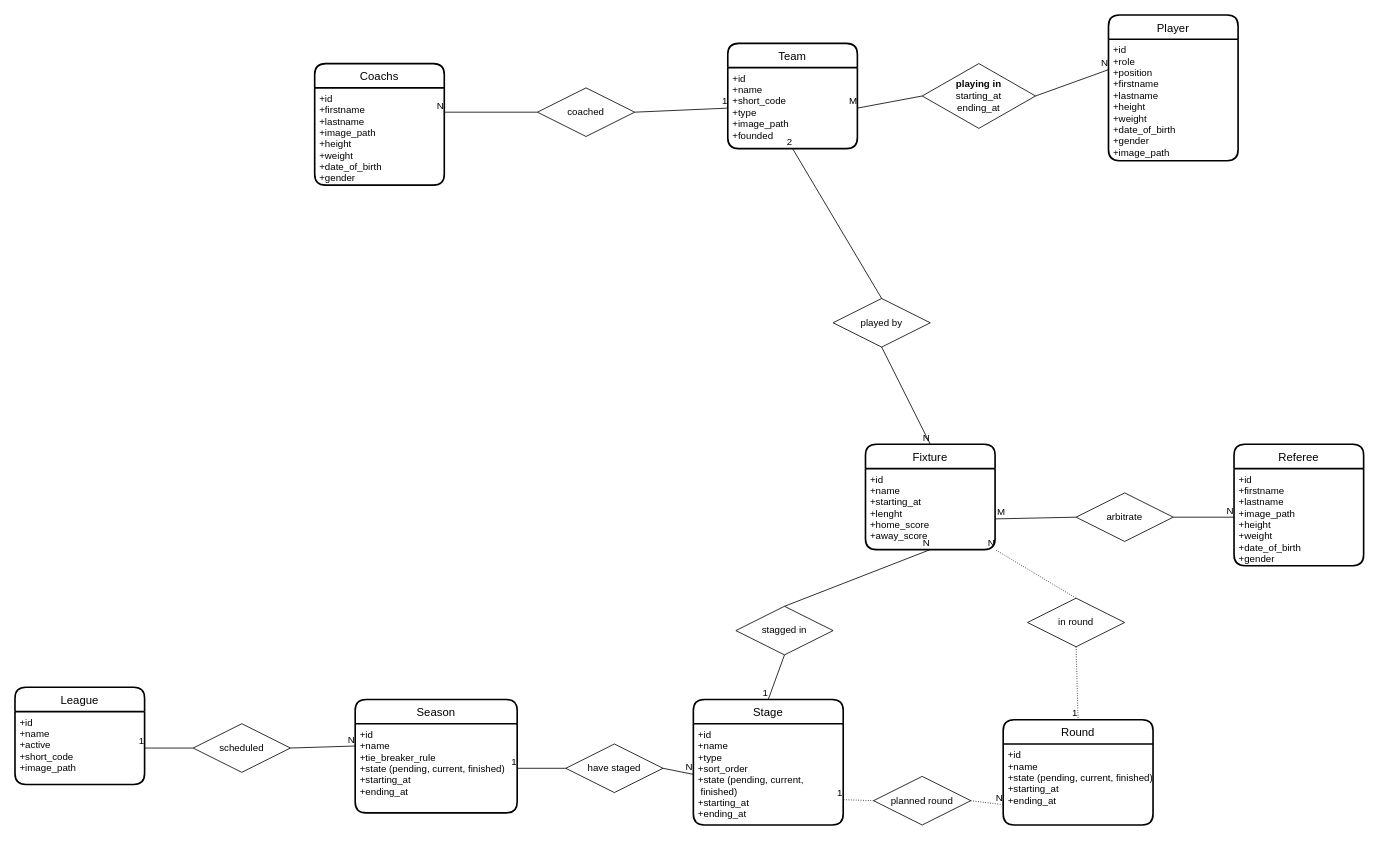
The draw.io diagram database-schema.drawio in Mattherix/moirasport, before the edit. Source tidied: cells renumbered, new cells numbered last; positions are measured from the earlier drawing's top-left corner, leaving out a move shared by most shapes. Both pictures are drawn from the tidied source at 81%, with x=0, y=0 at pixel (15, 15).
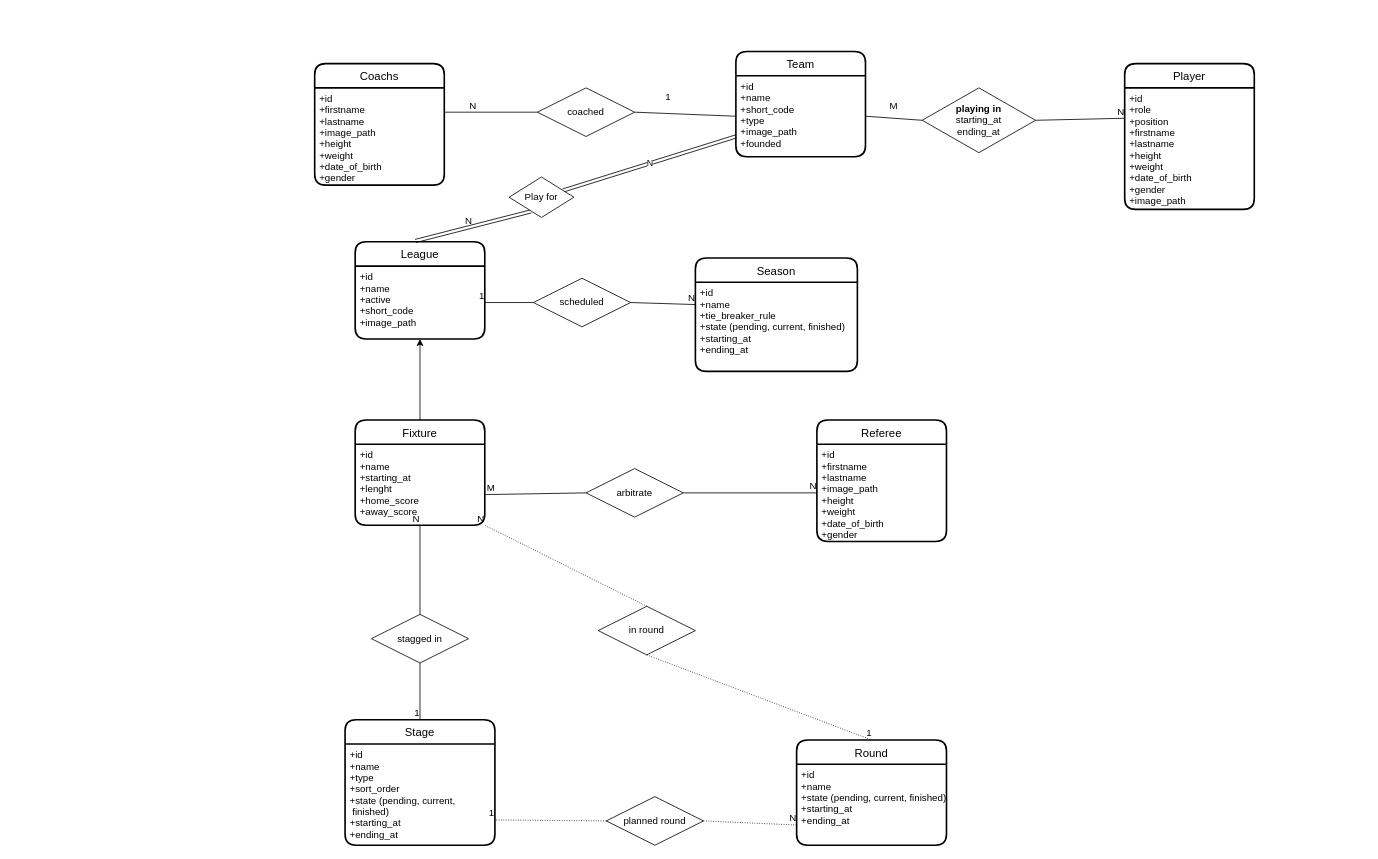
The same diagram, later.

Commit message:
Modifie the view

The change refers to these unchanged cells:
```xml
<mxCell id="5" value="+id&#10;+name&#10;+active&#10;+short_code&#10;+image_path" style="align=left;strokeColor=none;fillColor=none;spacingLeft=4;fontSize=12;verticalAlign=top;" parent="4" vertex="1">
  <mxGeometry y="30" width="160" height="90" as="geometry" />
</mxCell>
<mxCell id="7" value="+id&#10;+name&#10;+tie_breaker_rule&#10;+state (pending, current, finished)&#10;+starting_at&#10;+ending_at" style="align=left;strokeColor=none;fillColor=none;spacingLeft=4;fontSize=12;verticalAlign=top;" parent="6" vertex="1">
  <mxGeometry y="30" width="200" height="110" as="geometry" />
</mxCell>
<mxCell id="9" value="+id&#10;+name&#10;+type&#10;+sort_order&#10;+state (pending, current,&#10; finished)&#10;+starting_at&#10;+ending_at&#10;" style="align=left;strokeColor=none;fillColor=none;spacingLeft=4;fontSize=12;verticalAlign=top;" parent="8" vertex="1">
  <mxGeometry y="30" width="185" height="125" as="geometry" />
</mxCell>
<mxCell id="38" value="+id&#10;+name&#10;+short_code&#10;+type&#10;+image_path&#10;+founded" style="align=left;strokeColor=none;fillColor=none;spacingLeft=4;fontSize=12;verticalAlign=top;" parent="37" vertex="1">
  <mxGeometry y="30" width="160" height="100" as="geometry" />
</mxCell>
<mxCell id="48" style="endArrow=none;html=1;rounded=0;entryX=0;entryY=0.5;entryDx=0;entryDy=0;exitX=1;exitY=0.5;exitDx=0;exitDy=0;" parent="1" edge="1" source="46" target="38">
  <mxGeometry relative="1" as="geometry" />
</mxCell>
<mxCell id="50" style="endArrow=none;html=1;rounded=0;entryX=1;entryY=0.25;entryDx=0;entryDy=0;exitX=0;exitY=0.5;exitDx=0;exitDy=0;" parent="1" edge="1" source="46" target="42">
  <mxGeometry relative="1" as="geometry" />
</mxCell>
<mxCell id="54" style="endArrow=none;html=1;rounded=0;exitX=0;exitY=0.5;exitDx=0;exitDy=0;entryX=1;entryY=0.5;entryDx=0;entryDy=0;" parent="1" edge="1" source="45" target="38">
  <mxGeometry relative="1" as="geometry" />
</mxCell>
```

Diff of the diagram source:
```diff
@@
+    <mxCell id="65" style="edgeStyle=none;html=1;entryX=0.5;entryY=1;entryDx=0;entryDy=0;" parent="1" edge="1" source="2" target="5">
+      <mxGeometry relative="1" as="geometry" />
+    </mxCell>
     <mxCell id="2" value="Fixture" style="swimlane;horizontal=1;startSize=30;rounded=1;fontSize=14;fontStyle=0;strokeWidth=2;shadow=0;dashed=0;align=center;" parent="1" vertex="1">
-      <mxGeometry x="1050" y="530" width="160" height="130" as="geometry" />
+      <mxGeometry x="420" y="500" width="160" height="130" as="geometry" />
     </mxCell>
@@
     <mxCell id="4" value="League" style="swimlane;horizontal=1;startSize=30;rounded=1;fontSize=14;fontStyle=0;strokeWidth=2;shadow=0;dashed=0;align=center;" parent="1" vertex="1">
-      <mxGeometry y="830" width="160" height="120" as="geometry" />
+      <mxGeometry x="420" y="280" width="160" height="120" as="geometry" />
     </mxCell>
@@
+    <mxCell id="66" style="edgeStyle=none;html=1;entryX=0.337;entryY=0.85;entryDx=0;entryDy=0;entryPerimeter=0;shape=link;exitX=0.465;exitY=-0.008;exitDx=0;exitDy=0;exitPerimeter=0;" parent="1" edge="1" source="4" target="68">
+      <mxGeometry relative="1" as="geometry" />
+    </mxCell>
     <mxCell id="6" value="Season" style="swimlane;horizontal=1;startSize=30;rounded=1;fontSize=14;fontStyle=0;strokeWidth=2;shadow=0;dashed=0;align=center;" parent="1" vertex="1">
-      <mxGeometry x="420" y="845" width="200" height="140" as="geometry" />
+      <mxGeometry x="840" y="300" width="200" height="140" as="geometry" />
     </mxCell>
@@
     <mxCell id="8" value="Stage" style="swimlane;horizontal=1;startSize=30;rounded=1;fontSize=14;fontStyle=0;strokeWidth=2;shadow=0;dashed=0;align=center;" parent="1" vertex="1">
-      <mxGeometry x="837.5" y="845" width="185" height="155" as="geometry" />
+      <mxGeometry x="407.5" y="870" width="185" height="155" as="geometry" />
     </mxCell>
@@
     <mxCell id="10" value="stagged in" style="shape=rhombus;perimeter=rhombusPerimeter;whiteSpace=wrap;html=1;align=center;" parent="1" vertex="1">
-      <mxGeometry x="890" y="730" width="120" height="60" as="geometry" />
+      <mxGeometry x="440" y="740" width="120" height="60" as="geometry" />
     </mxCell>
@@
     <mxCell id="15" value="scheduled" style="shape=rhombus;perimeter=rhombusPerimeter;whiteSpace=wrap;html=1;align=center;" parent="1" vertex="1">
-      <mxGeometry x="220" y="875" width="120" height="60" as="geometry" />
+      <mxGeometry x="640" y="325" width="120" height="60" as="geometry" />
     </mxCell>
@@
-    <mxCell id="20" value="have staged" style="shape=rhombus;perimeter=rhombusPerimeter;whiteSpace=wrap;html=1;align=center;" parent="1" vertex="1">
-      <mxGeometry x="680" y="900" width="120" height="60" as="geometry" />
-    </mxCell>
-    <mxCell id="21" style="endArrow=none;html=1;rounded=0;entryX=1;entryY=0.5;entryDx=0;entryDy=0;exitX=0;exitY=0.5;exitDx=0;exitDy=0;" parent="1" edge="1" source="20" target="7">
-      <mxGeometry relative="1" as="geometry" />
-    </mxCell>
-    <mxCell id="22" value="1" style="html=1;align=right;verticalAlign=bottom;" parent="21" vertex="1">
-      <mxGeometry x="1" relative="1" as="geometry" />
-    </mxCell>
-    <mxCell id="23" style="endArrow=none;html=1;rounded=0;exitX=1;exitY=0.5;exitDx=0;exitDy=0;entryX=0;entryY=0.5;entryDx=0;entryDy=0;" parent="1" edge="1" source="20" target="9">
-      <mxGeometry relative="1" as="geometry" />
-    </mxCell>
-    <mxCell id="24" value="N" style="html=1;align=right;verticalAlign=bottom;" parent="23" vertex="1">
-      <mxGeometry x="1" relative="1" as="geometry" />
-    </mxCell>
     <mxCell id="25" value="Round" style="swimlane;horizontal=1;startSize=30;rounded=1;fontSize=14;fontStyle=0;strokeWidth=2;shadow=0;dashed=0;align=center;" parent="1" vertex="1">
-      <mxGeometry x="1220" y="870" width="185" height="130" as="geometry" />
+      <mxGeometry x="965" y="895" width="185" height="130" as="geometry" />
     </mxCell>
@@
     <mxCell id="29" value="in round" style="shape=rhombus;perimeter=rhombusPerimeter;whiteSpace=wrap;html=1;align=center;" parent="1" vertex="1">
-      <mxGeometry x="1250" y="720" width="120" height="60" as="geometry" />
+      <mxGeometry x="720" y="730" width="120" height="60" as="geometry" />
     </mxCell>
@@
     <mxCell id="32" value="planned round" style="shape=rhombus;perimeter=rhombusPerimeter;whiteSpace=wrap;html=1;align=center;" parent="1" vertex="1">
-      <mxGeometry x="1060" y="940" width="120" height="60" as="geometry" />
+      <mxGeometry x="730" y="965" width="120" height="60" as="geometry" />
     </mxCell>
@@
     <mxCell id="37" value="Team" style="swimlane;horizontal=1;startSize=30;rounded=1;fontSize=14;fontStyle=0;strokeWidth=2;shadow=0;dashed=0;align=center;" parent="1" vertex="1">
-      <mxGeometry x="880" y="35" width="160" height="130" as="geometry" />
+      <mxGeometry x="890" y="45" width="160" height="130" as="geometry" />
     </mxCell>
@@
     <mxCell id="39" value="Player" style="swimlane;horizontal=1;startSize=30;rounded=1;fontSize=14;fontStyle=0;strokeWidth=2;shadow=0;dashed=0;align=center;" parent="1" vertex="1">
-      <mxGeometry x="1350" width="160" height="180" as="geometry" />
+      <mxGeometry x="1370" y="60" width="160" height="180" as="geometry" />
     </mxCell>
@@
     <mxCell id="43" value="Referee" style="swimlane;horizontal=1;startSize=30;rounded=1;fontSize=14;fontStyle=0;strokeWidth=2;shadow=0;dashed=0;align=center;" parent="1" vertex="1">
-      <mxGeometry x="1505" y="530" width="160" height="150" as="geometry" />
+      <mxGeometry x="990" y="500" width="160" height="150" as="geometry" />
     </mxCell>
@@
     <mxCell id="45" value="&lt;b&gt;playing in&lt;br&gt;&lt;/b&gt;starting_at&lt;br&gt;ending_at" style="shape=rhombus;perimeter=rhombusPerimeter;whiteSpace=wrap;html=1;align=center;" parent="1" vertex="1">
-      <mxGeometry x="1120" y="60" width="140" height="80" as="geometry" />
+      <mxGeometry x="1120" y="90" width="140" height="80" as="geometry" />
     </mxCell>
@@
     <mxCell id="47" value="arbitrate" style="shape=rhombus;perimeter=rhombusPerimeter;whiteSpace=wrap;html=1;align=center;" parent="1" vertex="1">
-      <mxGeometry x="1310" y="590" width="120" height="60" as="geometry" />
+      <mxGeometry x="705" y="560" width="120" height="60" as="geometry" />
     </mxCell>
@@
     <mxCell id="49" value="1" style="html=1;align=right;verticalAlign=bottom;" parent="48" vertex="1">
-      <mxGeometry x="1" relative="1" as="geometry" />
+      <mxGeometry x="1" relative="1" as="geometry">
+        <mxPoint x="-80" y="-15" as="offset" />
+      </mxGeometry>
     </mxCell>
@@
     <mxCell id="51" value="N" style="html=1;align=right;verticalAlign=bottom;" parent="50" vertex="1">
-      <mxGeometry x="1" relative="1" as="geometry" />
+      <mxGeometry x="1" relative="1" as="geometry">
+        <mxPoint x="40" as="offset" />
+      </mxGeometry>
     </mxCell>
@@
     <mxCell id="55" value="M" style="html=1;align=right;verticalAlign=bottom;" parent="54" vertex="1">
-      <mxGeometry x="1" relative="1" as="geometry" />
+      <mxGeometry x="1" relative="1" as="geometry">
+        <mxPoint x="40" y="-5" as="offset" />
+      </mxGeometry>
     </mxCell>
-    <mxCell id="56" value="played by" style="shape=rhombus;perimeter=rhombusPerimeter;whiteSpace=wrap;html=1;align=center;" parent="1" vertex="1">
-      <mxGeometry x="1010" y="350" width="120" height="60" as="geometry" />
-    </mxCell>
-    <mxCell id="57" style="endArrow=none;html=1;rounded=0;entryX=0.5;entryY=1;entryDx=0;entryDy=0;exitX=0.5;exitY=0;exitDx=0;exitDy=0;" parent="1" edge="1" source="56" target="38">
-      <mxGeometry relative="1" as="geometry" />
-    </mxCell>
-    <mxCell id="58" value="2" style="html=1;align=right;verticalAlign=bottom;" parent="57" vertex="1">
-      <mxGeometry x="1" relative="1" as="geometry" />
-    </mxCell>
-    <mxCell id="59" style="endArrow=none;html=1;rounded=0;exitX=0.5;exitY=1;exitDx=0;exitDy=0;entryX=0.5;entryY=0;entryDx=0;entryDy=0;" parent="1" edge="1" source="56" target="2">
-      <mxGeometry relative="1" as="geometry" />
-    </mxCell>
-    <mxCell id="60" value="N" style="html=1;align=right;verticalAlign=bottom;" parent="59" vertex="1">
-      <mxGeometry x="1" relative="1" as="geometry" />
-    </mxCell>
@@
+    <mxCell id="67" value="N" style="edgeStyle=none;html=1;shape=link;" parent="1" edge="1" source="68" target="38">
+      <mxGeometry relative="1" as="geometry" />
+    </mxCell>
+    <mxCell id="68" value="Play for" style="rhombus;whiteSpace=wrap;html=1;" parent="1" vertex="1">
+      <mxGeometry x="610" y="200" width="80" height="50" as="geometry" />
+    </mxCell>
+    <mxCell id="69" value="N&lt;br&gt;" style="text;html=1;align=center;verticalAlign=middle;strokeColor=none;fillColor=none;" parent="1" vertex="1">
+      <mxGeometry x="545" y="240" width="30" height="30" as="geometry" />
+    </mxCell>
```
